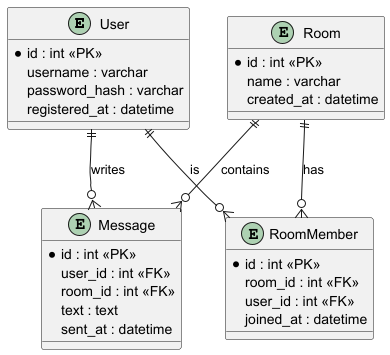
Earlier version of the PlantUML export doc/irc_er_diagram.png (ya-masterskaya-cpp/q2_2025_chat_project_team_1). Source of this version:
```plantuml
@startuml
entity "User" as user {
  * id : int <<PK>>
  username : varchar
  password_hash : varchar
  registered_at : datetime
}
entity "Room" as room {
  * id : int <<PK>>
  name : varchar
  created_at : datetime
}
entity "Message" as message {
  * id : int <<PK>>
  user_id : int <<FK>>
  room_id : int <<FK>>
  text : text
  sent_at : datetime
}
entity "RoomMember" as member {
  * id : int <<PK>>
  room_id : int <<FK>>
  user_id : int <<FK>>
  joined_at : datetime
}
user ||--o{ message : writes
room ||--o{ message : contains
user ||--o{ member : is
room ||--o{ member : has
@enduml
```
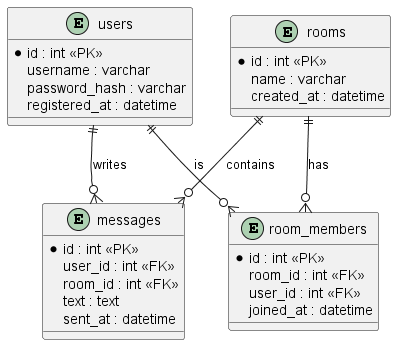
After the change.

What changed in the source:
```diff
@@ -1,30 +1,35 @@
-@startuml
-entity "User" as user {
+@startuml irc_er_diagram
+
+!pragma output_format pdf
+!pragma output_directory ${fileDirname}
+!pragma output_file ${fileBasenameNoExtension}.pdf
+
+entity "users" as users {
   * id : int <<PK>>
   username : varchar
   password_hash : varchar
   registered_at : datetime
 }
-entity "Room" as room {
+entity "rooms" as rooms{
   * id : int <<PK>>
   name : varchar
   created_at : datetime
 }
-entity "Message" as message {
+entity "messages" as messages {
   * id : int <<PK>>
   user_id : int <<FK>>
   room_id : int <<FK>>
   text : text
   sent_at : datetime
 }
-entity "RoomMember" as member {
+entity "room_members" as room_members {
   * id : int <<PK>>
   room_id : int <<FK>>
   user_id : int <<FK>>
   joined_at : datetime
 }
-user ||--o{ message : writes
-room ||--o{ message : contains
-user ||--o{ member : is
-room ||--o{ member : has
+users ||--o{ messages : writes
+rooms ||--o{ messages : contains
+users ||--o{ room_members : is
+rooms ||--o{ room_members : has
 @enduml
```
